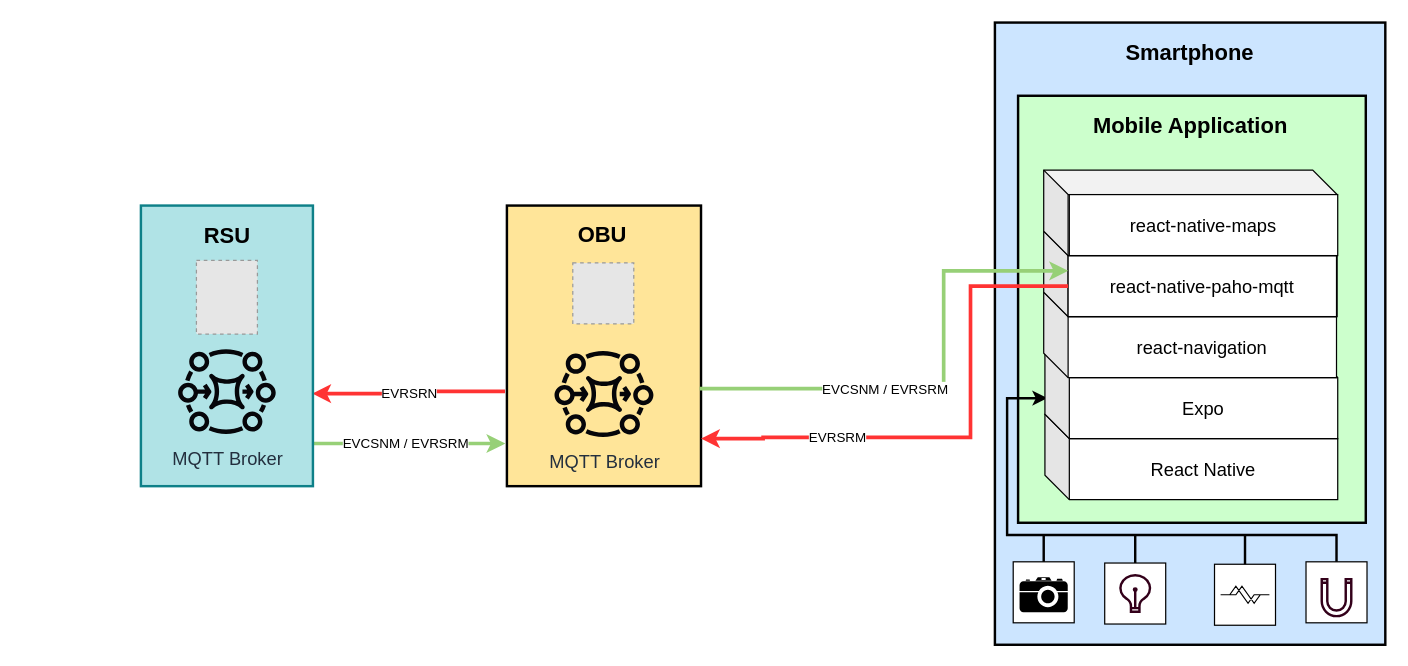
Before: assets/ev_arch.drawio in bearkillerPT/Dissertation, a draw.io diagram. Source tidied: cells renumbered, new cells numbered last; positions are measured from the earlier drawing's top-left corner, leaving out a move shared by most shapes. Both pictures are drawn from the tidied source at 122%, with x=0, y=0 at pixel (140, 22). Pictures stored in the file or linked from it are replaced by grey dashed boxes.
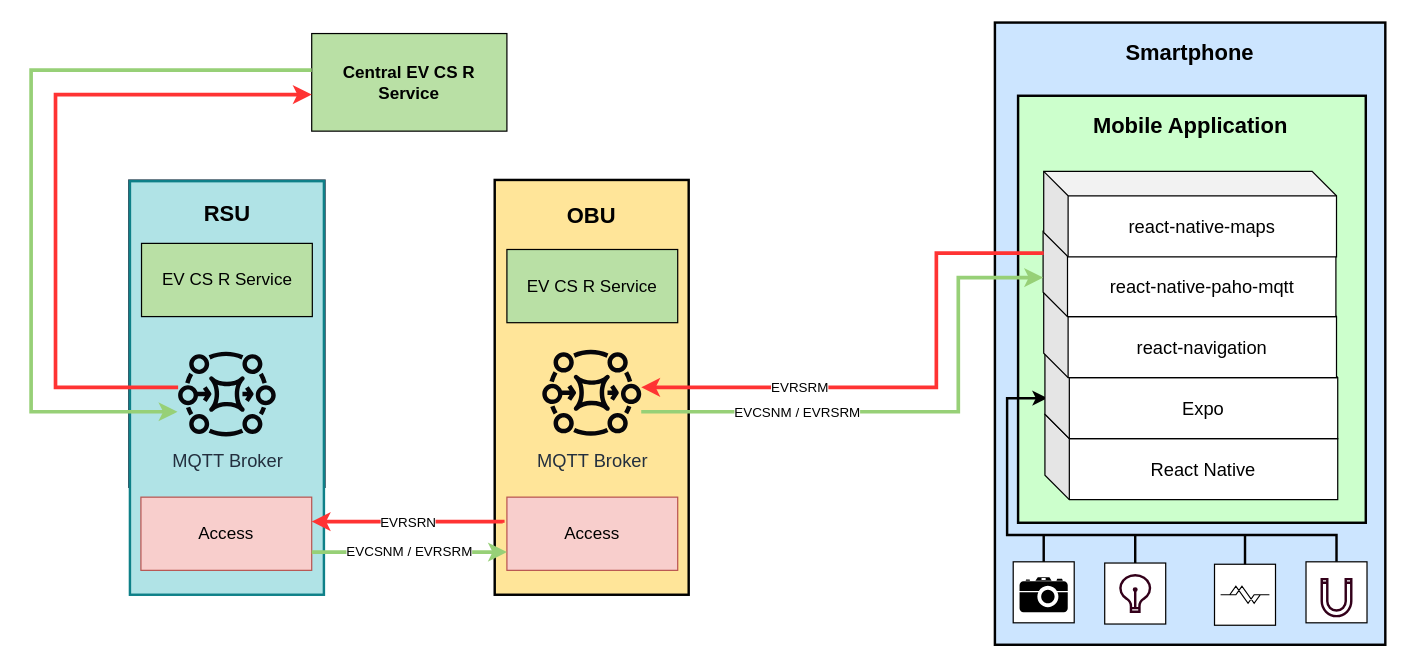
Above is the later version.

Commit message (it also covers changes not shown here):
updated the ev arch diagram

The change refers to these unchanged cells:
```xml
<mxCell id="2" style="group;" parent="1" vertex="1">
  <mxGeometry x="700" width="320" height="510" as="geometry" />
</mxCell>
```

What changed in the source:
```diff
@@
-    <mxCell id="24" style="shape=cube;whiteSpace=wrap;html=1;boundedLbl=1;backgroundOutline=1;darkOpacity=0.05;darkOpacity2=0.1;" parent="2" vertex="1">
-      <mxGeometry x="40" y="171" width="240.5" height="70" as="geometry" />
-    </mxCell>
-    <mxCell id="25" value="&lt;font style=&quot;font-size: 15px;&quot;&gt;react-native-paho-mqtt&lt;/font&gt;" style="rounded=0;whiteSpace=wrap;html=1;" parent="2" vertex="1">
-      <mxGeometry x="60" y="191" width="220" height="50" as="geometry" />
+    <mxCell id="25" value="&lt;span style=&quot;font-size: 15px;&quot;&gt;react-native-paho-mqtt&lt;/span&gt;" style="shape=cube;whiteSpace=wrap;html=1;boundedLbl=1;backgroundOutline=1;darkOpacity=0.05;darkOpacity2=0.1;" parent="2" vertex="1">
+      <mxGeometry x="39.5" y="171" width="240" height="70" as="geometry" />
     </mxCell>
-    <mxCell id="26" style="shape=cube;whiteSpace=wrap;html=1;boundedLbl=1;backgroundOutline=1;darkOpacity=0.05;darkOpacity2=0.1;" parent="2" vertex="1">
-      <mxGeometry x="40" y="121" width="240.5" height="70" as="geometry" />
-    </mxCell>
-    <mxCell id="27" value="&lt;font style=&quot;font-size: 15px;&quot;&gt;react-native-maps&lt;/font&gt;" style="rounded=0;whiteSpace=wrap;html=1;" parent="2" vertex="1">
-      <mxGeometry x="61" y="141" width="220" height="50" as="geometry" />
+    <mxCell id="27" value="&lt;span style=&quot;font-size: 15px;&quot;&gt;react-native-maps&lt;/span&gt;" style="shape=cube;whiteSpace=wrap;html=1;boundedLbl=1;backgroundOutline=1;darkOpacity=0.05;darkOpacity2=0.1;" parent="2" vertex="1">
+      <mxGeometry x="40" y="122" width="240" height="70" as="geometry" />
     </mxCell>
-    <mxCell id="28" style="group;rotation=0;" parent="1" vertex="1">
-      <mxGeometry x="300" y="140" width="158" height="230" as="geometry" />
-    </mxCell>
-    <mxCell id="29" style="rounded=0;whiteSpace=wrap;html=1;fillColor=#FFE599;strokeWidth=2;rotation=0;" parent="28" vertex="1">
-      <mxGeometry y="10" width="159.1" height="230" as="geometry" />
+    <mxCell id="29" style="rounded=0;whiteSpace=wrap;html=1;fillColor=#FFE599;strokeWidth=2;rotation=0;" parent="1" vertex="1">
+      <mxGeometry x="290" y="129" width="159" height="340" as="geometry" />
     </mxCell>
+    <mxCell id="46" value="&lt;font style=&quot;font-size: 14px;&quot;&gt;EV CS R Service&lt;/font&gt;" style="rounded=0;whiteSpace=wrap;html=1;fillColor=#B9E0A5;" parent="1" vertex="1">
+      <mxGeometry x="300" y="186" width="140" height="60" as="geometry" />
+    </mxCell>
-    <mxCell id="30" value="&lt;b&gt;&lt;font style=&quot;font-size: 18px;&quot;&gt;OBU&lt;/font&gt;&lt;/b&gt;" style="text;html=1;strokeColor=none;fillColor=none;align=center;verticalAlign=middle;whiteSpace=wrap;rounded=0;" parent="28" vertex="1">
-      <mxGeometry x="2.3" y="-61.9" width="153.3" height="191.4" as="geometry" />
+    <mxCell id="30" value="&lt;b&gt;&lt;font style=&quot;font-size: 18px;&quot;&gt;OBU&lt;/font&gt;&lt;/b&gt;" style="text;html=1;strokeColor=none;fillColor=none;align=center;verticalAlign=middle;whiteSpace=wrap;rounded=0;" parent="1" vertex="1">
+      <mxGeometry x="293.3" y="139" width="153.3" height="39.4" as="geometry" />
     </mxCell>
-    <mxCell id="31" value="&lt;font style=&quot;font-size: 15px;&quot;&gt;MQTT Broker&lt;/font&gt;" style="sketch=0;outlineConnect=0;fontColor=#232F3E;gradientColor=none;fillColor=#06060A;strokeColor=none;dashed=0;verticalLabelPosition=bottom;verticalAlign=top;align=center;html=1;fontSize=12;fontStyle=0;shape=mxgraph.aws4.mq_broker;labelBackgroundColor=none;labelBorderColor=none;strokeWidth=4;" parent="28" vertex="1">
-      <mxGeometry x="39" y="123.4" width="81.1" height="81.1" as="geometry" />
+    <mxCell id="31" value="&lt;font style=&quot;font-size: 15px;&quot;&gt;MQTT Broker&lt;/font&gt;" style="sketch=0;outlineConnect=0;fontColor=#232F3E;gradientColor=none;fillColor=#06060A;strokeColor=none;dashed=0;verticalLabelPosition=bottom;verticalAlign=top;align=center;html=1;fontSize=12;fontStyle=0;shape=mxgraph.aws4.mq_broker;labelBackgroundColor=none;labelBorderColor=none;strokeWidth=4;" parent="1" vertex="1">
+      <mxGeometry x="329" y="262.4" width="81.1" height="81.1" as="geometry" />
     </mxCell>
-    <mxCell id="32" style="fillColor=#E6E6E6;strokeColor=#999999;dashed=1;verticalLabelPosition=bottom;labelBackgroundColor=default;verticalAlign=top;" parent="28" vertex="1">
-      <mxGeometry x="54" y="57" width="50" height="50" as="geometry" />
-    </mxCell>
+    <mxCell id="47" value="&lt;font style=&quot;font-size: 14px;&quot;&gt;&lt;b&gt;Central EV CS R Service&lt;/b&gt;&lt;/font&gt;" style="rounded=0;whiteSpace=wrap;html=1;fillColor=#B9E0A5;" parent="1" vertex="1">
+      <mxGeometry x="140" y="9" width="160" height="80" as="geometry" />
+    </mxCell>
+    <mxCell id="39" style="group;fillColor=#647687;fontColor=#ffffff;strokeColor=#314354;rotation=0;" parent="1" vertex="1">
+      <mxGeometry x="-10" y="129" width="161" height="252" as="geometry" />
+    </mxCell>
+    <mxCell id="40" style="rounded=0;whiteSpace=wrap;html=1;strokeWidth=2;fillColor=#b0e3e6;strokeColor=#0e8088;rotation=0;" parent="1" vertex="1">
+      <mxGeometry x="-9" y="130" width="159" height="339" as="geometry" />
+    </mxCell>
+    <mxCell id="48" style="edgeStyle=orthogonalEdgeStyle;rounded=0;jettySize=auto;html=1;strokeWidth=3;strokeColor=#ff3333;" parent="1" edge="1" source="42" target="47">
+      <mxGeometry relative="1" as="geometry">
+        <Array as="points">
+          <mxPoint x="-70" y="299" />
+          <mxPoint x="-70" y="59" />
+        </Array>
+      </mxGeometry>
+    </mxCell>
+    <mxCell id="42" value="&lt;font style=&quot;font-size: 15px;&quot;&gt;MQTT Broker&lt;/font&gt;" style="sketch=0;outlineConnect=0;fontColor=#232F3E;gradientColor=none;fillColor=#06060A;strokeColor=none;dashed=0;verticalLabelPosition=bottom;verticalAlign=top;align=center;html=1;fontSize=12;fontStyle=0;shape=mxgraph.aws4.mq_broker;labelBackgroundColor=none;labelBorderColor=none;strokeWidth=4;" parent="1" vertex="1">
+      <mxGeometry x="30.5" y="264" width="80" height="80" as="geometry" />
+    </mxCell>
+    <mxCell id="49" value="&lt;font style=&quot;font-size: 14px;&quot;&gt;EV CS R Service&lt;/font&gt;" style="rounded=0;whiteSpace=wrap;html=1;fillColor=#B9E0A5;" parent="1" vertex="1">
+      <mxGeometry x="0.5" y="181" width="140" height="60" as="geometry" />
+    </mxCell>
+    <mxCell id="41" value="&lt;b&gt;&lt;font style=&quot;font-size: 18px;&quot;&gt;RSU&lt;/font&gt;&lt;/b&gt;" style="text;html=1;strokeColor=none;fillColor=none;align=center;verticalAlign=middle;whiteSpace=wrap;rounded=0;" parent="1" vertex="1">
+      <mxGeometry x="13.5" y="142" width="114" height="30" as="geometry" />
+    </mxCell>
+    <mxCell id="50" value="&lt;font style=&quot;font-size: 14px;&quot;&gt;Access&lt;/font&gt;" style="rounded=0;whiteSpace=wrap;html=1;fillColor=#f8cecc;strokeColor=#b85450;" parent="1" vertex="1">
+      <mxGeometry y="389" width="140" height="60" as="geometry" />
+    </mxCell>
+    <mxCell id="51" value="&lt;font style=&quot;font-size: 14px;&quot;&gt;Access&lt;/font&gt;" style="rounded=0;whiteSpace=wrap;html=1;fillColor=#f8cecc;strokeColor=#b85450;" parent="1" vertex="1">
+      <mxGeometry x="300" y="389" width="140" height="60" as="geometry" />
+    </mxCell>
-    <mxCell id="33" style="edgeStyle=orthogonalEdgeStyle;rounded=0;jettySize=auto;html=1;entryX=-0.008;entryY=0.848;entryDx=0;entryDy=0;strokeColor=#97D077;strokeWidth=3;exitX=1.004;exitY=0.848;exitDx=0;exitDy=0;entryPerimeter=0;exitPerimeter=0;" parent="1" edge="1" source="40" target="29">
-      <mxGeometry relative="1" as="geometry" />
+    <mxCell id="33" style="edgeStyle=orthogonalEdgeStyle;rounded=0;jettySize=auto;html=1;strokeColor=#97D077;strokeWidth=3;entryX=0;entryY=0.75;entryDx=0;entryDy=0;exitX=1;exitY=0.75;exitDx=0;exitDy=0;" parent="1" edge="1" source="50" target="51">
+      <mxGeometry relative="1" as="geometry">
+        <Array as="points">
+          <mxPoint x="260" y="434" />
+          <mxPoint x="260" y="434" />
+        </Array>
+      </mxGeometry>
     </mxCell>
     <mxCell id="34" value="EVCSNM / EVRSRM" style="edgeLabel;html=1;align=center;verticalAlign=middle;" parent="33" vertex="1">
       <mxGeometry x="-0.34" y="-1" relative="1" as="geometry">
-        <mxPoint x="23" y="-2" as="offset" />
+        <mxPoint x="26" y="-2" as="offset" />
       </mxGeometry>
     </mxCell>
-    <mxCell id="35" style="edgeStyle=orthogonalEdgeStyle;rounded=0;jettySize=auto;html=1;strokeColor=#FF3333;strokeWidth=3;exitX=-0.01;exitY=0.662;exitDx=0;exitDy=0;exitPerimeter=0;entryX=0.996;entryY=0.67;entryDx=0;entryDy=0;entryPerimeter=0;" parent="1" edge="1" source="29" target="40">
-      <mxGeometry relative="1" as="geometry" />
+    <mxCell id="35" style="edgeStyle=orthogonalEdgeStyle;rounded=0;jettySize=auto;html=1;strokeColor=#FF3333;strokeWidth=3;exitX=-0.024;exitY=0.351;exitDx=0;exitDy=0;exitPerimeter=0;" parent="1" edge="1" source="51">
+      <mxGeometry relative="1" as="geometry">
+        <mxPoint x="140" y="409" as="targetPoint" />
+        <Array as="points">
+          <mxPoint x="297" y="409" />
+        </Array>
+      </mxGeometry>
     </mxCell>
     <mxCell id="36" value="EVRSRN" style="edgeLabel;html=1;align=center;verticalAlign=middle;" parent="35" vertex="1">
       <mxGeometry x="0.34" y="-2" relative="1" as="geometry">
-        <mxPoint x="26" y="1" as="offset" />
+        <mxPoint x="27" y="2" as="offset" />
       </mxGeometry>
     </mxCell>
+    <mxCell id="52" style="edgeStyle=orthogonalEdgeStyle;rounded=0;jettySize=auto;html=1;strokeWidth=3;strokeColor=#97d077;" parent="1" edge="1" source="47">
+      <mxGeometry relative="1" as="geometry">
+        <mxPoint x="30" y="319" as="targetPoint" />
+        <Array as="points">
+          <mxPoint x="-90" y="39" />
+          <mxPoint x="-90" y="319" />
+        </Array>
+      </mxGeometry>
+    </mxCell>
-    <mxCell id="37" value="&lt;div style=&quot;&quot;&gt;EVRSRM&lt;/div&gt;" style="edgeStyle=orthogonalEdgeStyle;rounded=0;jettySize=auto;html=1;strokeColor=#FF3333;strokeWidth=3;align=center;exitX=0;exitY=0.5;exitDx=0;exitDy=0;" parent="1" edge="1" source="25" target="29">
-      <mxGeometry x="0.47" relative="1" as="geometry">
+    <mxCell id="37" value="&lt;div style=&quot;&quot;&gt;EVRSRM&lt;/div&gt;" style="edgeStyle=orthogonalEdgeStyle;rounded=0;jettySize=auto;html=1;strokeColor=#FF3333;strokeWidth=3;align=center;" parent="1" edge="1" target="31">
+      <mxGeometry x="0.41" relative="1" as="geometry">
+        <mxPoint x="740" y="189" as="sourcePoint" />
         <Array as="points">
-          <mxPoint x="680" y="216" />
-          <mxPoint x="680" y="340" />
-          <mxPoint x="510" y="340" />
-          <mxPoint x="510" y="341" />
+          <mxPoint x="740" y="189" />
+          <mxPoint x="652" y="189" />
+          <mxPoint x="652" y="299" />
         </Array>
       </mxGeometry>
     </mxCell>
-    <mxCell id="38" style="group;rotation=0;" parent="1" vertex="1">
-      <mxGeometry y="150" width="158" height="230" as="geometry" />
-    </mxCell>
-    <mxCell id="39" style="group;fillColor=#647687;fontColor=#ffffff;strokeColor=#314354;" parent="38" vertex="1">
-      <mxGeometry y="90" width="141" height="140" as="geometry" />
-    </mxCell>
-    <mxCell id="40" style="rounded=0;whiteSpace=wrap;html=1;strokeWidth=2;fillColor=#b0e3e6;strokeColor=#0e8088;" parent="38" vertex="1">
-      <mxGeometry width="141" height="230" as="geometry" />
-    </mxCell>
-    <mxCell id="41" value="&lt;b&gt;&lt;font style=&quot;font-size: 18px;&quot;&gt;RSU&lt;/font&gt;&lt;/b&gt;" style="text;html=1;strokeColor=none;fillColor=none;align=center;verticalAlign=middle;whiteSpace=wrap;rounded=0;" parent="38" vertex="1">
-      <mxGeometry x="13.5" y="10" width="114" height="30" as="geometry" />
-    </mxCell>
-    <mxCell id="42" value="&lt;font style=&quot;font-size: 15px;&quot;&gt;MQTT Broker&lt;/font&gt;" style="sketch=0;outlineConnect=0;fontColor=#232F3E;gradientColor=none;fillColor=#06060A;strokeColor=none;dashed=0;verticalLabelPosition=bottom;verticalAlign=top;align=center;html=1;fontSize=12;fontStyle=0;shape=mxgraph.aws4.mq_broker;labelBackgroundColor=none;labelBorderColor=none;strokeWidth=4;" parent="38" vertex="1">
-      <mxGeometry x="30.5" y="112" width="80" height="80" as="geometry" />
-    </mxCell>
-    <mxCell id="43" style="fillColor=#E6E6E6;strokeColor=#999999;dashed=1;verticalLabelPosition=bottom;labelBackgroundColor=default;verticalAlign=top;" parent="38" vertex="1">
-      <mxGeometry x="45.5" y="45" width="50" height="60.3" as="geometry" />
-    </mxCell>
-    <mxCell id="44" style="edgeStyle=orthogonalEdgeStyle;rounded=0;jettySize=auto;html=1;strokeColor=#97D077;strokeWidth=3;entryX=0;entryY=0.25;entryDx=0;entryDy=0;" parent="1" edge="1" target="25">
+    <mxCell id="44" style="edgeStyle=orthogonalEdgeStyle;rounded=0;jettySize=auto;html=1;strokeColor=#97D077;strokeWidth=3;" parent="1" edge="1" source="31" target="25">
       <mxGeometry relative="1" as="geometry">
-        <mxPoint x="458" y="300" as="sourcePoint" />
         <Array as="points">
-          <mxPoint x="458" y="300" />
-          <mxPoint x="658" y="300" />
-          <mxPoint x="658" y="204" />
+          <mxPoint x="670" y="319" />
+          <mxPoint x="670" y="209" />
         </Array>
       </mxGeometry>
     </mxCell>
     <mxCell id="45" value="EVCSNM / EVRSRM" style="edgeLabel;html=1;align=center;verticalAlign=middle;" parent="44" vertex="1">
       <mxGeometry x="-0.61" y="3" relative="1" as="geometry">
-        <mxPoint x="73" y="3" as="offset" />
+        <mxPoint x="41" y="3" as="offset" />
       </mxGeometry>
     </mxCell>
```
